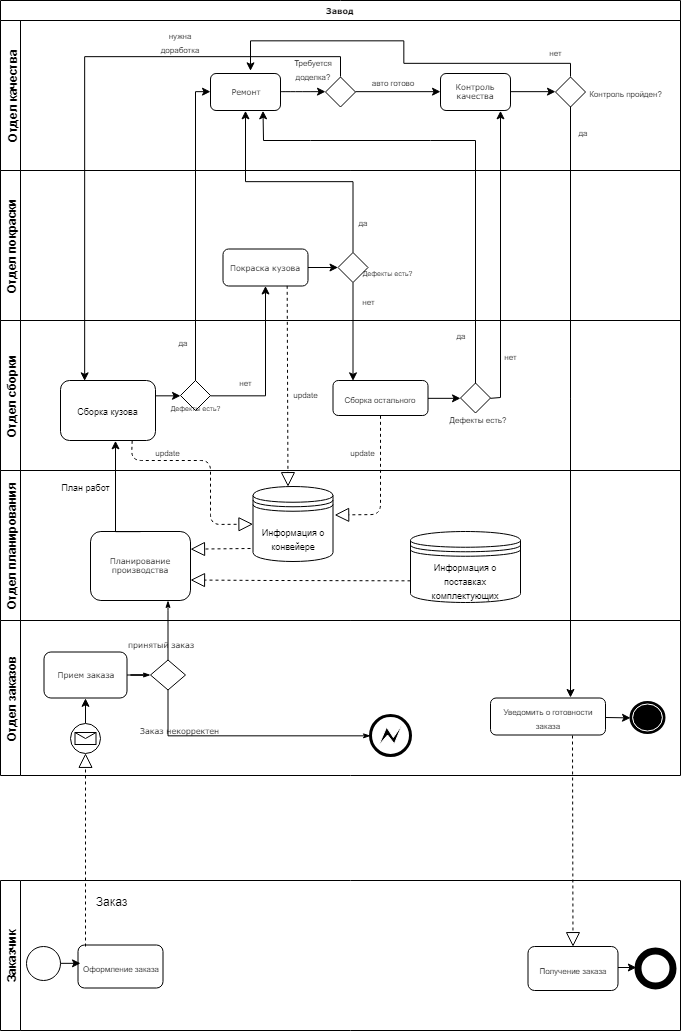
Hotckiss/SoftwareDesign keeps this draw.io diagram as bpmn.png. Above is the earlier version. Source tidied: cells renumbered, new cells last; positions are measured from the earlier drawing's top-left corner, leaving out a move shared by most shapes.
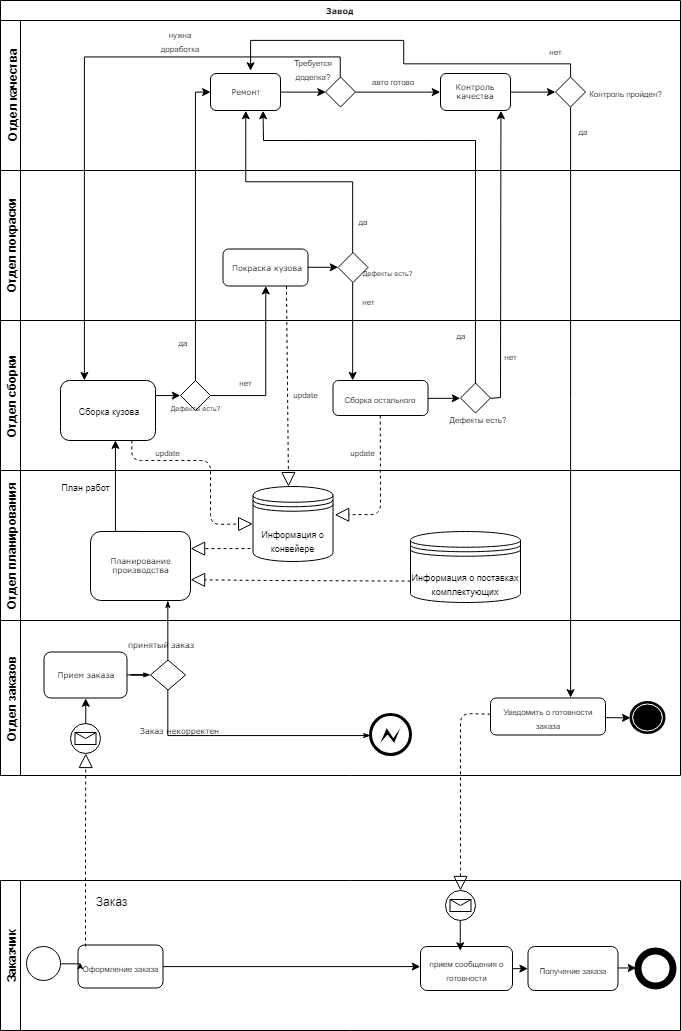
Later version of the same file.

Change to the diagram source:
```diff
@@ -253,6 +253,21 @@
     <mxCell id="71" style="endArrow=classic;html=1;entryX=-0.048;entryY=0.479;entryDx=0;entryDy=0;entryPerimeter=0;exitX=1.003;exitY=0.484;exitDx=0;exitDy=0;exitPerimeter=0;" parent="65" edge="1" source="67" target="70">
       <mxGeometry relative="1" as="geometry" />
     </mxCell>
+    <mxCell id="82" style="edgeStyle=orthogonalEdgeStyle;rounded=0;jettySize=auto;html=1;exitX=1;exitY=0.5;exitDx=0;exitDy=0;entryX=0;entryY=0.5;entryDx=0;entryDy=0;" parent="65" edge="1" source="83" target="67">
+      <mxGeometry relative="1" as="geometry" />
+    </mxCell>
+    <mxCell id="83" value="&lt;font style=&quot;font-size: 8px&quot;&gt;прием сообщения о готовности&lt;/font&gt;" style="rounded=1;whiteSpace=wrap;html=1;" parent="65" vertex="1">
+      <mxGeometry x="420" y="66" width="92" height="44" as="geometry" />
+    </mxCell>
+    <mxCell id="84" style="edgeStyle=orthogonalEdgeStyle;rounded=0;jettySize=auto;html=1;exitX=0.5;exitY=1;exitDx=0;exitDy=0;entryX=0.435;entryY=0.091;entryDx=0;entryDy=0;entryPerimeter=0;" parent="65" edge="1" source="85" target="83">
+      <mxGeometry relative="1" as="geometry" />
+    </mxCell>
+    <mxCell id="85" style="shape=mxgraph.bpmn.shape;html=1;verticalLabelPosition=bottom;labelBackgroundColor=#ffffff;verticalAlign=top;align=center;perimeter=ellipsePerimeter;outlineConnect=0;outline=standard;symbol=message;" parent="65" vertex="1">
+      <mxGeometry x="445" y="10" width="30" height="30" as="geometry" />
+    </mxCell>
+    <mxCell id="86" style="edgeStyle=orthogonalEdgeStyle;rounded=0;jettySize=auto;html=1;exitX=1;exitY=0.5;exitDx=0;exitDy=0;entryX=-0.005;entryY=0.458;entryDx=0;entryDy=0;entryPerimeter=0;" parent="65" edge="1" source="66" target="83">
+      <mxGeometry relative="1" as="geometry" />
+    </mxCell>
     <mxCell id="72" style="endArrow=block;dashed=1;endFill=0;endSize=12;html=1;entryX=0.5;entryY=1;entryDx=0;entryDy=0;" parent="1" edge="1" target="61">
       <mxGeometry relative="1" as="geometry">
         <mxPoint x="85" y="946" as="sourcePoint" />
@@ -301,9 +316,13 @@
     <mxCell id="78" style="endArrow=block;dashed=1;endFill=0;endSize=12;html=1;exitX=0.75;exitY=1;exitDx=0;exitDy=0;entryX=0.44;entryY=0.003;entryDx=0;entryDy=0;entryPerimeter=0;" parent="1" edge="1" source="19" target="50">
       <mxGeometry relative="1" as="geometry" />
     </mxCell>
-    <mxCell id="79" style="endArrow=block;dashed=1;endFill=0;endSize=12;html=1;entryX=0.5;entryY=0;entryDx=0;entryDy=0;" parent="1" edge="1" target="67">
+    <mxCell id="79" style="endArrow=block;dashed=1;endFill=0;endSize=12;html=1;exitX=-0.002;exitY=0.433;exitDx=0;exitDy=0;exitPerimeter=0;" parent="1" edge="1" source="59">
       <mxGeometry relative="1" as="geometry">
-        <mxPoint x="572" y="735" as="sourcePoint" />
+        <mxPoint x="460" y="890" as="targetPoint" />
+        <Array as="points">
+          <mxPoint x="460" y="713" />
+          <mxPoint x="460" y="860" />
+        </Array>
       </mxGeometry>
     </mxCell>
     <mxCell id="80" style="edgeStyle=orthogonalEdgeStyle;rounded=0;jettySize=auto;html=1;exitX=0.5;exitY=1;exitDx=0;exitDy=0;exitPerimeter=0;" parent="1" edge="1" source="13">
```
